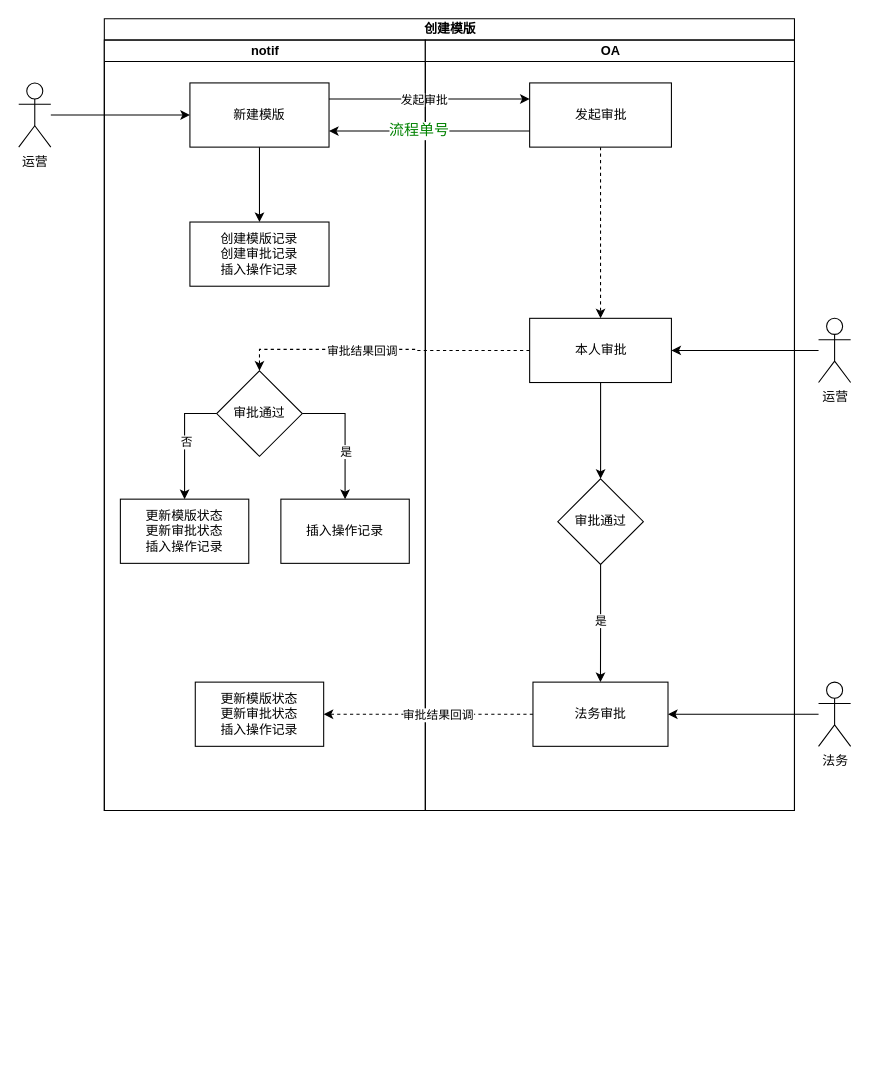
ABIN-DS/flowchart keeps this draw.io diagram as page "创建模版" (1 of 2) of 短信模版接入OA审批流.drawio. Above is the earlier version. Source tidied: cells renumbered, new cells numbered last; positions are measured from the earlier drawing's top-left corner, leaving out a move shared by most shapes. Both pictures are drawn from the tidied source at 107%, with x=0, y=0 at pixel (18, 18).
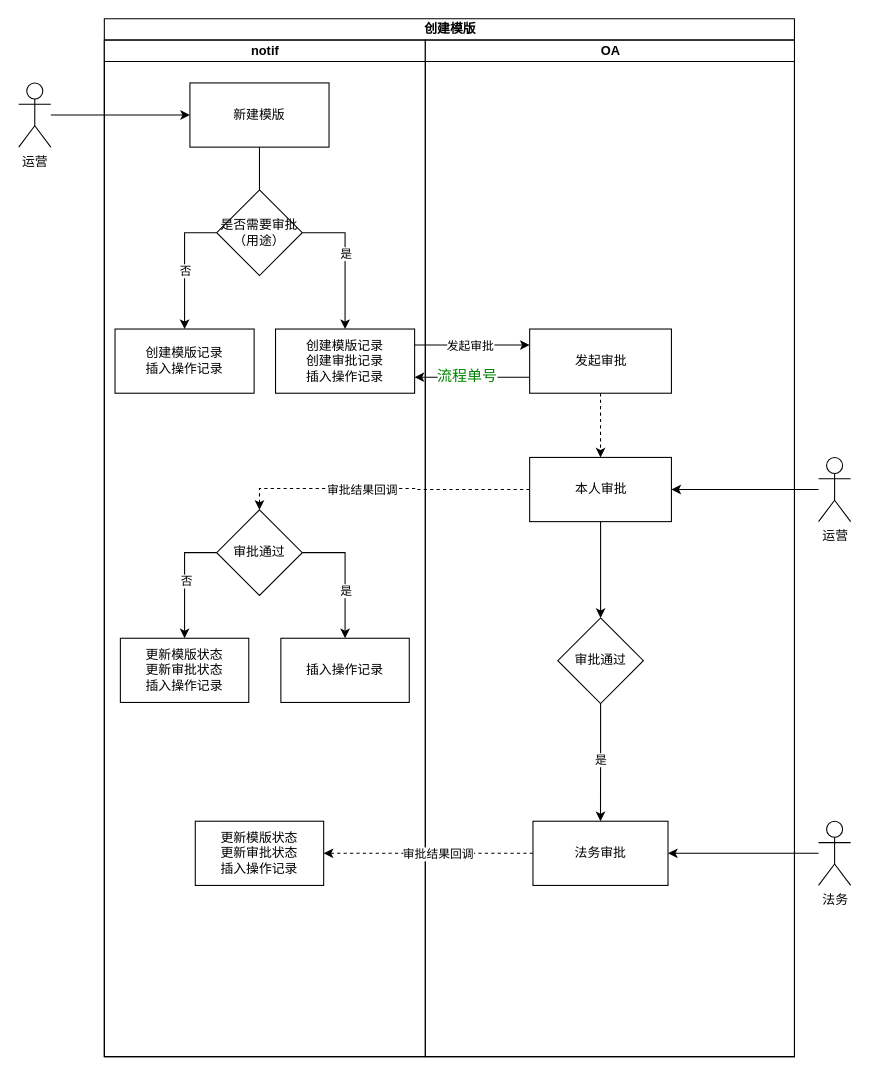
The same diagram, later.

Unchanged cells that the change refers to:
```xml
<mxCell id="5" value="新建模版" style="rounded=0;whiteSpace=wrap;html=1;" parent="3" vertex="1">
  <mxGeometry x="80" y="40" width="130" height="60" as="geometry" />
</mxCell>
```

What changed in the source:
```diff
@@
     <mxCell id="2" value="创建模版" style="swimlane;startSize=20;html=1;" parent="1" vertex="1">
-      <mxGeometry x="80" width="645" height="740" as="geometry" />
+      <mxGeometry x="80" width="645" height="970" as="geometry" />
     </mxCell>
     <mxCell id="3" value="notif" style="swimlane;startSize=20;html=1;" parent="2" vertex="1">
-      <mxGeometry y="20" width="300" height="720" as="geometry" />
+      <mxGeometry y="20" width="300" height="950" as="geometry" />
     </mxCell>
-    <mxCell id="4" style="edgeStyle=orthogonalEdgeStyle;rounded=0;jettySize=auto;html=1;" parent="3" edge="1" source="5" target="6">
-      <mxGeometry relative="1" as="geometry" />
+    <mxCell id="4" style="edgeStyle=orthogonalEdgeStyle;rounded=0;jettySize=auto;html=1;" parent="3" edge="1" source="5">
+      <mxGeometry relative="1" as="geometry">
+        <mxPoint x="145" y="160" as="targetPoint" />
+      </mxGeometry>
     </mxCell>
@@
     <mxCell id="6" value="&lt;div&gt;创建模版记录&lt;br&gt;&lt;/div&gt;创建审批记录&lt;div&gt;插入操作记录&lt;/div&gt;" style="rounded=0;whiteSpace=wrap;html=1;" parent="3" vertex="1">
-      <mxGeometry x="80" y="170" width="130" height="60" as="geometry" />
+      <mxGeometry x="160" y="270" width="130" height="60" as="geometry" />
     </mxCell>
     <mxCell id="7" value="&lt;div&gt;&lt;span style=&quot;background-color: initial;&quot;&gt;插入操作记录&lt;/span&gt;&lt;br&gt;&lt;/div&gt;" style="whiteSpace=wrap;html=1;rounded=0;" parent="3" vertex="1">
-      <mxGeometry x="165" y="429" width="120" height="60" as="geometry" />
+      <mxGeometry x="165" y="559" width="120" height="60" as="geometry" />
     </mxCell>
     <mxCell id="8" style="edgeStyle=orthogonalEdgeStyle;rounded=0;jettySize=auto;html=1;entryX=0.5;entryY=0;entryDx=0;entryDy=0;" parent="3" edge="1" source="12" target="7">
       <mxGeometry relative="1" as="geometry">
         <Array as="points">
-          <mxPoint x="225" y="349" />
+          <mxPoint x="225" y="479" />
         </Array>
       </mxGeometry>
     </mxCell>
@@
     <mxCell id="12" value="审批通过" style="rhombus;whiteSpace=wrap;html=1;rounded=0;" parent="3" vertex="1">
-      <mxGeometry x="105" y="309" width="80" height="80" as="geometry" />
+      <mxGeometry x="105" y="439" width="80" height="80" as="geometry" />
     </mxCell>
     <mxCell id="13" value="更新模版状态&lt;div&gt;更新审批状态&lt;/div&gt;&lt;div&gt;插入操作记录&lt;/div&gt;" style="whiteSpace=wrap;html=1;rounded=0;" parent="3" vertex="1">
-      <mxGeometry x="15" y="429" width="120" height="60" as="geometry" />
+      <mxGeometry x="15" y="559" width="120" height="60" as="geometry" />
     </mxCell>
     <mxCell id="14" value="更新模版状态&lt;div&gt;更新审批状态&lt;/div&gt;&lt;div&gt;插入操作记录&lt;/div&gt;" style="whiteSpace=wrap;html=1;rounded=0;" parent="3" vertex="1">
-      <mxGeometry x="85" y="600" width="120" height="60" as="geometry" />
+      <mxGeometry x="85" y="730" width="120" height="60" as="geometry" />
     </mxCell>
+    <mxCell id="38" style="edgeStyle=orthogonalEdgeStyle;rounded=0;jettySize=auto;html=1;exitX=1;exitY=0.5;exitDx=0;exitDy=0;" parent="3" edge="1" source="42" target="6">
+      <mxGeometry relative="1" as="geometry" />
+    </mxCell>
+    <mxCell id="39" value="是" style="edgeLabel;html=1;align=center;verticalAlign=middle;" parent="38" vertex="1">
+      <mxGeometry x="-0.1" y="1" relative="1" as="geometry">
+        <mxPoint x="-1" as="offset" />
+      </mxGeometry>
+    </mxCell>
+    <mxCell id="40" style="edgeStyle=orthogonalEdgeStyle;rounded=0;jettySize=auto;html=1;exitX=0;exitY=0.5;exitDx=0;exitDy=0;" parent="3" edge="1" source="42" target="43">
+      <mxGeometry relative="1" as="geometry" />
+    </mxCell>
+    <mxCell id="41" value="否" style="edgeLabel;html=1;align=center;verticalAlign=middle;" parent="40" vertex="1">
+      <mxGeometry x="0.08" relative="1" as="geometry" />
+    </mxCell>
+    <mxCell id="42" value="是否需要审批&lt;div&gt;（用途）&lt;/div&gt;" style="rhombus;whiteSpace=wrap;html=1;" parent="3" vertex="1">
+      <mxGeometry x="105" y="140" width="80" height="80" as="geometry" />
+    </mxCell>
+    <mxCell id="43" value="&lt;div&gt;创建模版记录&lt;br&gt;&lt;/div&gt;&lt;div&gt;插入操作记录&lt;/div&gt;" style="rounded=0;whiteSpace=wrap;html=1;" parent="3" vertex="1">
+      <mxGeometry x="10" y="270" width="130" height="60" as="geometry" />
+    </mxCell>
-    <mxCell id="15" style="edgeStyle=orthogonalEdgeStyle;rounded=0;jettySize=auto;html=1;exitX=1;exitY=0.25;exitDx=0;exitDy=0;entryX=0;entryY=0.25;entryDx=0;entryDy=0;" parent="2" edge="1" source="5" target="19">
+    <mxCell id="15" style="edgeStyle=orthogonalEdgeStyle;rounded=0;jettySize=auto;html=1;exitX=1;exitY=0.25;exitDx=0;exitDy=0;entryX=0;entryY=0.25;entryDx=0;entryDy=0;" parent="2" edge="1" source="6" target="19">
       <mxGeometry relative="1" as="geometry" />
     </mxCell>
@@
     <mxCell id="17" value="OA" style="swimlane;startSize=20;html=1;" parent="2" vertex="1">
-      <mxGeometry x="300" y="20" width="345" height="720" as="geometry" />
+      <mxGeometry x="300" y="20" width="345" height="950" as="geometry" />
     </mxCell>
@@
     <mxCell id="19" value="发起审批" style="rounded=0;whiteSpace=wrap;html=1;" parent="17" vertex="1">
-      <mxGeometry x="97.5" y="40" width="132.5" height="60" as="geometry" />
+      <mxGeometry x="97.5" y="270" width="132.5" height="60" as="geometry" />
     </mxCell>
@@
     <mxCell id="21" value="本人审批" style="rounded=0;whiteSpace=wrap;html=1;" parent="17" vertex="1">
-      <mxGeometry x="97.5" y="260" width="132.5" height="60" as="geometry" />
+      <mxGeometry x="97.5" y="390" width="132.5" height="60" as="geometry" />
     </mxCell>
     <mxCell id="22" value="审批通过" style="rhombus;whiteSpace=wrap;html=1;rounded=0;" parent="17" vertex="1">
-      <mxGeometry x="123.8" y="410" width="80" height="80" as="geometry" />
+      <mxGeometry x="123.8" y="540" width="80" height="80" as="geometry" />
     </mxCell>
     <mxCell id="23" value="法务审批" style="rounded=0;whiteSpace=wrap;html=1;" parent="17" vertex="1">
-      <mxGeometry x="100.6" y="600" width="126.2" height="60" as="geometry" />
+      <mxGeometry x="100.6" y="730" width="126.2" height="60" as="geometry" />
     </mxCell>
@@
-    <mxCell id="26" style="edgeStyle=orthogonalEdgeStyle;rounded=0;jettySize=auto;html=1;entryX=1;entryY=0.75;entryDx=0;entryDy=0;exitX=0;exitY=0.75;exitDx=0;exitDy=0;" parent="2" edge="1" source="19" target="5">
+    <mxCell id="26" style="edgeStyle=orthogonalEdgeStyle;rounded=0;jettySize=auto;html=1;entryX=1;entryY=0.75;entryDx=0;entryDy=0;exitX=0;exitY=0.75;exitDx=0;exitDy=0;" parent="2" edge="1" source="19" target="6">
       <mxGeometry relative="1" as="geometry" />
     </mxCell>
@@
     <mxCell id="35" value="运营" style="shape=umlActor;verticalLabelPosition=bottom;verticalAlign=top;html=1;outlineConnect=0;" parent="1" vertex="1">
-      <mxGeometry x="747.5" y="280" width="30" height="60" as="geometry" />
+      <mxGeometry x="747.5" y="410" width="30" height="60" as="geometry" />
     </mxCell>
@@
     <mxCell id="37" value="法务" style="shape=umlActor;verticalLabelPosition=bottom;verticalAlign=top;html=1;outlineConnect=0;" parent="1" vertex="1">
-      <mxGeometry x="747.5" y="620" width="30" height="60" as="geometry" />
+      <mxGeometry x="747.5" y="750" width="30" height="60" as="geometry" />
     </mxCell>
```
